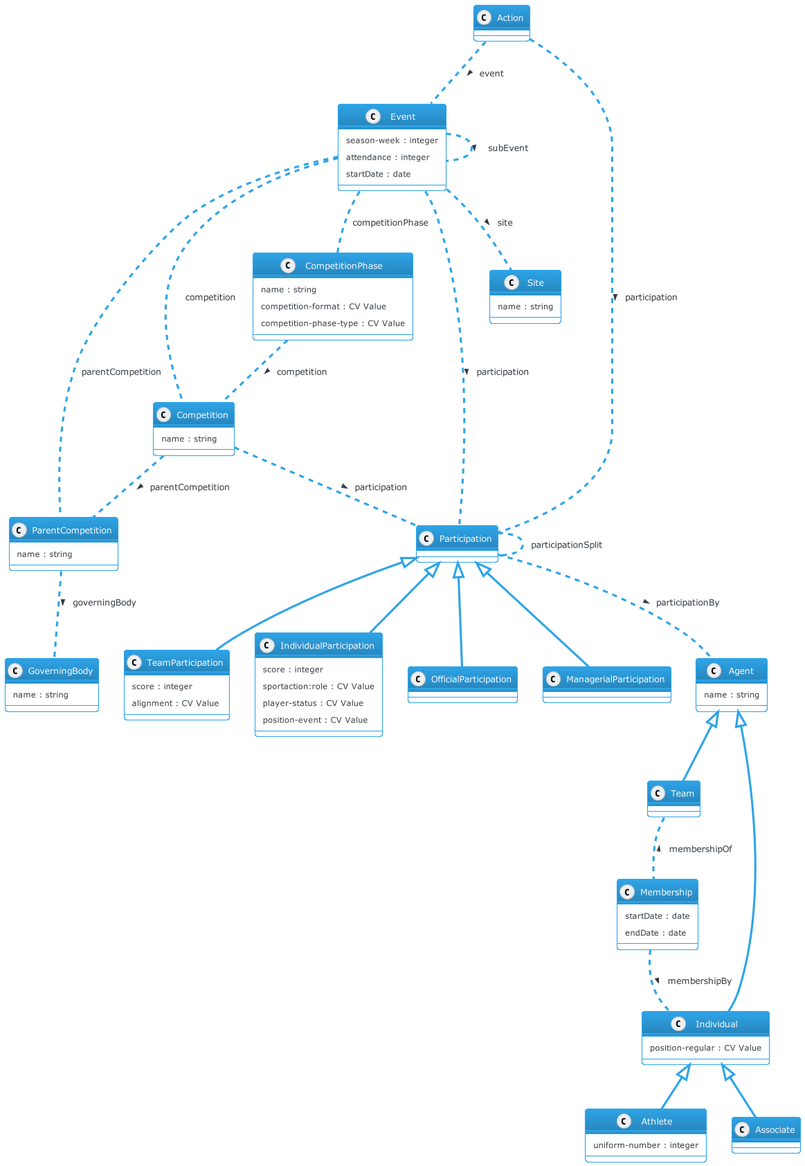
Earlier version of the PlantUML export docs/diagrams/iptc-sport-model.png (iptc/sport-schema).
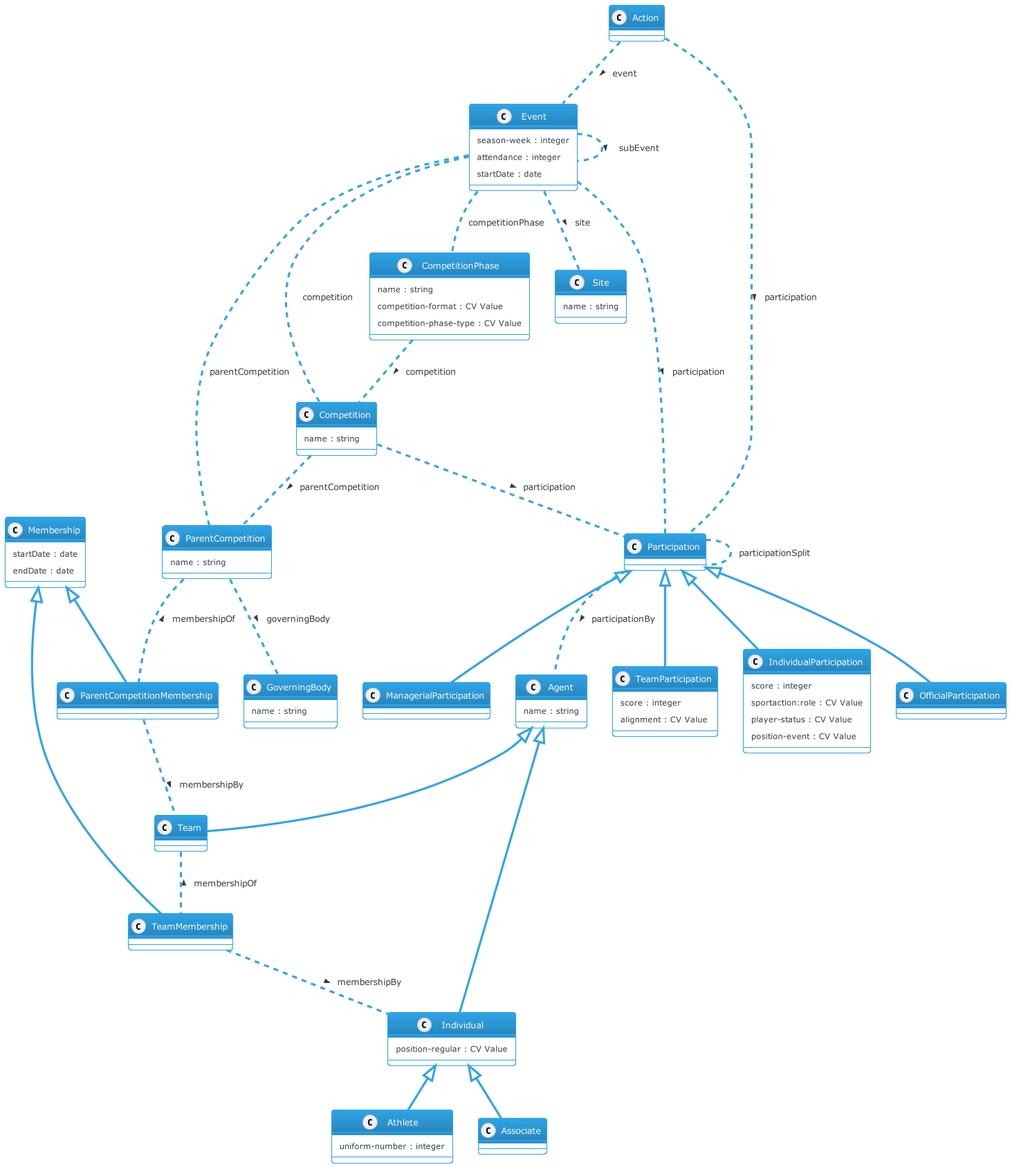
Above is the later version.

Commit message:
Added ParentCompetitionMembership to diagram

The edit, as a diff of the source:
```diff
@@ -50,6 +50,19 @@
 Participation <|-- ManagerialParticipation
 class ManagerialParticipation { }
 
+class Membership {
+  startDate : date
+  endDate : date
+}
+
+Membership <|-- TeamMembership
+class TeamMembership {
+}
+
+Membership <|-- ParentCompetitionMembership
+class ParentCompetitionMembership {
+}
+
 class Agent {
   name : string
 }
@@ -70,15 +83,9 @@
 Individual <|-- Associate
 class Associate { }
 
-class Membership {
-  startDate : date
-  endDate : date
-}
-
 class Site {
   name : string
 }
-
 
 
 Action .. Event : > event
@@ -94,7 +101,9 @@
 Participation .. Participation : participationSplit
 Event .. Event : > subEvent
 Participation .. Agent : > participationBy
-Team .. Membership : < membershipOf
-Membership .. Individual : > membershipBy
+Team .. TeamMembership : < membershipOf
+TeamMembership .. Individual : > membershipBy
+ParentCompetition .. ParentCompetitionMembership : < membershipOf
+ParentCompetitionMembership .. Team : > membershipBy
 Event .. Site :  > site
 @enduml
```
